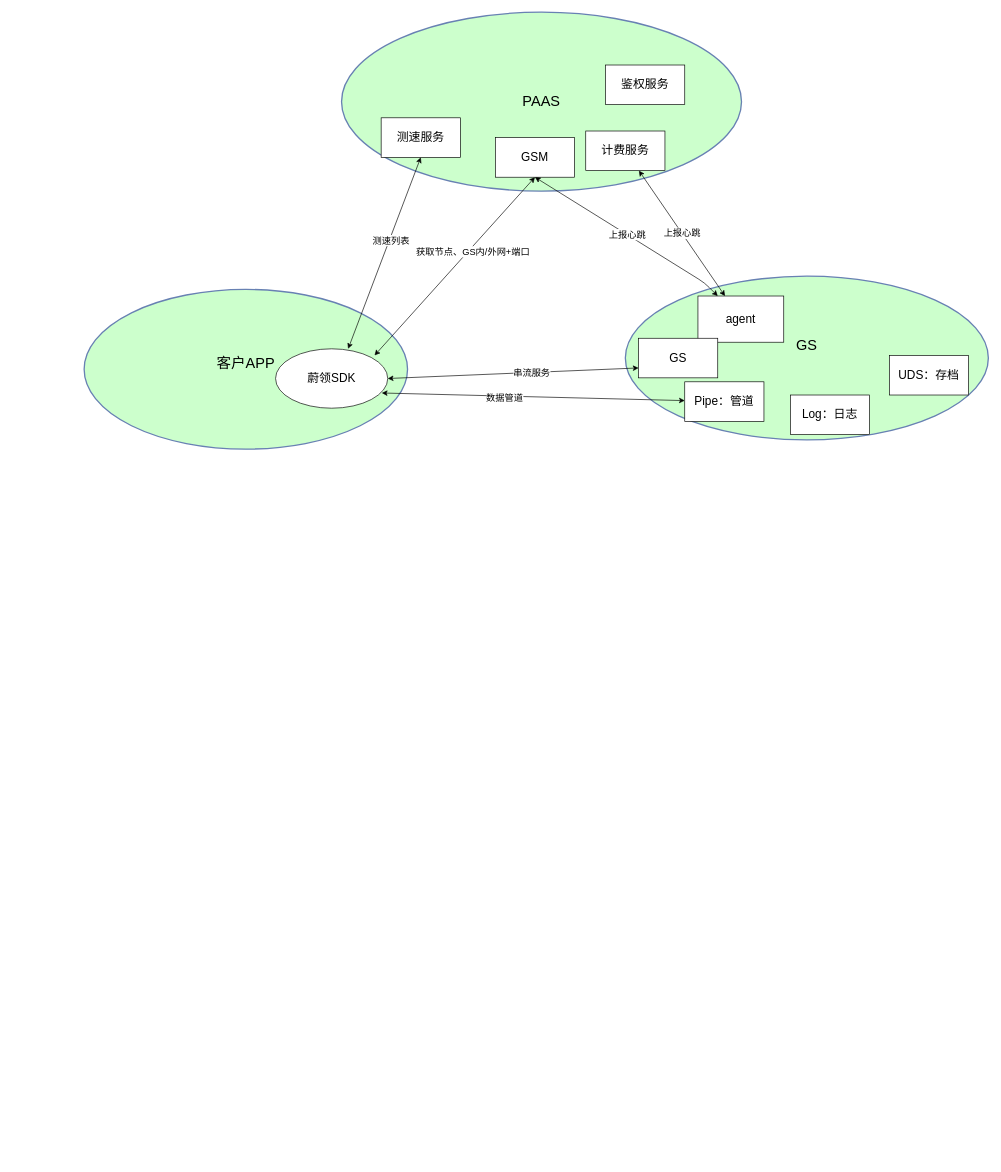
Above: 云游戏-js-sdk.drawio in zhulinghao/drawio_warehouse (draw.io), before the change. Source tidied: cells renumbered, new cells numbered last; positions are measured from the earlier drawing's top-left corner, leaving out a move shared by most shapes. Both pictures are drawn from the tidied source at 66%, with x=0, y=0 at pixel (84, 12).
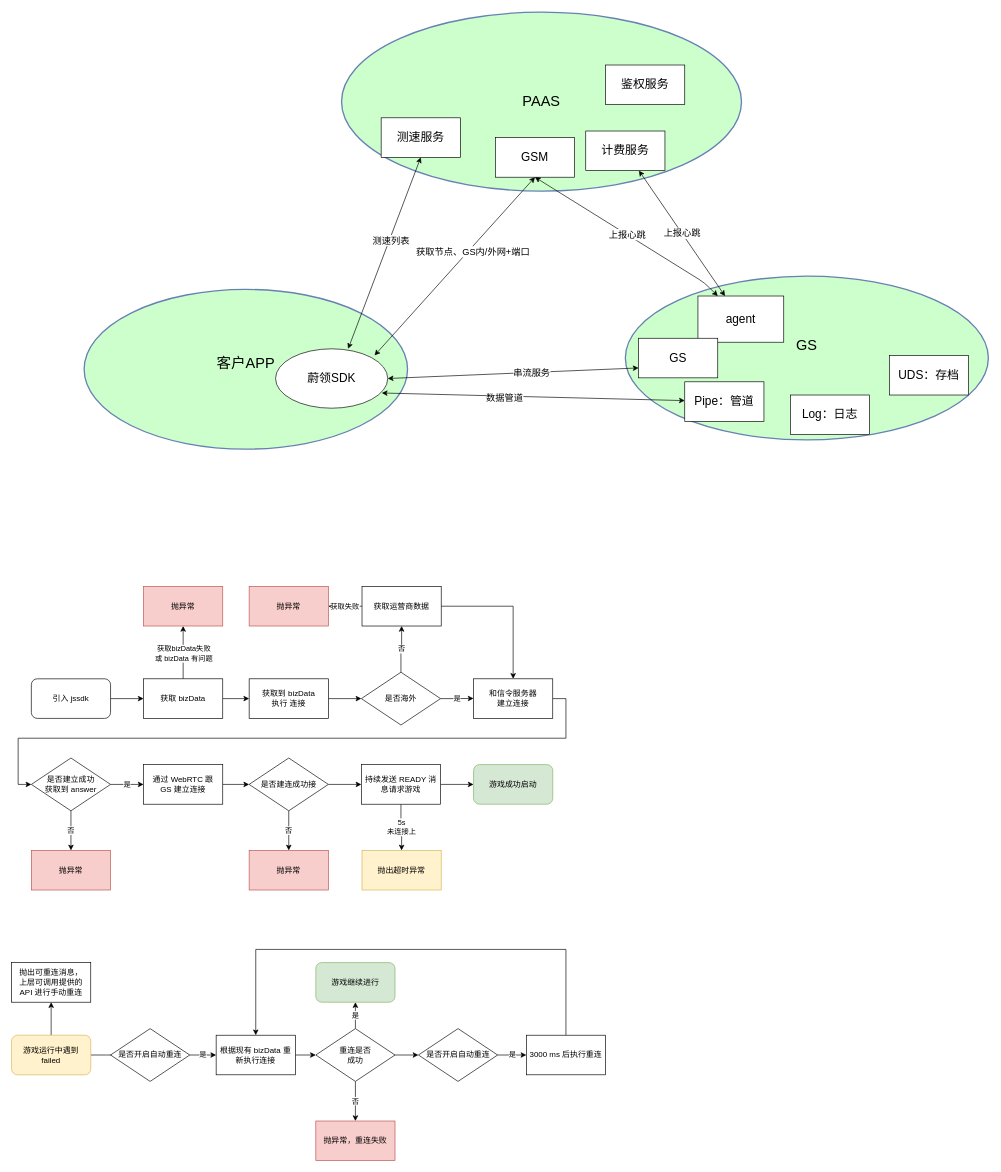
After the change.

Change to the diagram source:
```diff
@@
+    <mxCell id="25" style="edgeStyle=orthogonalEdgeStyle;rounded=0;jettySize=auto;html=1;exitX=1;exitY=0.5;exitDx=0;exitDy=0;entryX=0;entryY=0.5;entryDx=0;entryDy=0;" parent="1" edge="1" source="26" target="64">
+      <mxGeometry relative="1" as="geometry" />
+    </mxCell>
+    <mxCell id="26" value="引入 jssdk" style="rounded=1;whiteSpace=wrap;html=1;" parent="1" vertex="1">
+      <mxGeometry x="-80" y="1010" width="120" height="60" as="geometry" />
+    </mxCell>
+    <mxCell id="27" style="edgeStyle=orthogonalEdgeStyle;rounded=0;jettySize=auto;html=1;exitX=1;exitY=0.5;exitDx=0;exitDy=0;entryX=0;entryY=0.5;entryDx=0;entryDy=0;" parent="1" edge="1" source="28" target="31">
+      <mxGeometry relative="1" as="geometry" />
+    </mxCell>
+    <mxCell id="28" value="获取到 bizData&lt;br&gt;执行 连接" style="rounded=0;whiteSpace=wrap;html=1;" parent="1" vertex="1">
+      <mxGeometry x="250" y="1010" width="120" height="60" as="geometry" />
+    </mxCell>
+    <mxCell id="29" value="否" style="edgeStyle=orthogonalEdgeStyle;rounded=0;jettySize=auto;html=1;exitX=0.5;exitY=0;exitDx=0;exitDy=0;entryX=0.5;entryY=1;entryDx=0;entryDy=0;" parent="1" edge="1" source="31" target="34">
+      <mxGeometry relative="1" as="geometry" />
+    </mxCell>
+    <mxCell id="30" value="是" style="edgeStyle=orthogonalEdgeStyle;rounded=0;jettySize=auto;html=1;exitX=1;exitY=0.5;exitDx=0;exitDy=0;" parent="1" edge="1" source="31">
+      <mxGeometry relative="1" as="geometry">
+        <mxPoint x="590" y="1039.7" as="targetPoint" />
+      </mxGeometry>
+    </mxCell>
+    <mxCell id="31" value="是否海外" style="rhombus;whiteSpace=wrap;html=1;" parent="1" vertex="1">
+      <mxGeometry x="420" y="1000" width="120" height="80" as="geometry" />
+    </mxCell>
+    <mxCell id="32" style="edgeStyle=orthogonalEdgeStyle;rounded=0;jettySize=auto;html=1;exitX=1;exitY=0.5;exitDx=0;exitDy=0;entryX=0.5;entryY=0;entryDx=0;entryDy=0;" parent="1" edge="1" source="34" target="36">
+      <mxGeometry relative="1" as="geometry" />
+    </mxCell>
+    <mxCell id="33" value="获取失败" style="edgeStyle=orthogonalEdgeStyle;rounded=0;jettySize=auto;html=1;exitX=0;exitY=0.5;exitDx=0;exitDy=0;entryX=1;entryY=0.5;entryDx=0;entryDy=0;" parent="1" edge="1" source="34" target="51">
+      <mxGeometry relative="1" as="geometry" />
+    </mxCell>
+    <mxCell id="34" value="获取运营商数据" style="rounded=0;whiteSpace=wrap;html=1;" parent="1" vertex="1">
+      <mxGeometry x="421" y="870" width="120" height="60" as="geometry" />
+    </mxCell>
+    <mxCell id="35" style="edgeStyle=orthogonalEdgeStyle;rounded=0;jettySize=auto;html=1;exitX=1;exitY=0.5;exitDx=0;exitDy=0;entryX=0;entryY=0.5;entryDx=0;entryDy=0;" parent="1" edge="1" source="36" target="39">
+      <mxGeometry relative="1" as="geometry" />
+    </mxCell>
+    <mxCell id="36" value="和信令服务器&lt;br&gt;建立连接" style="rounded=0;whiteSpace=wrap;html=1;" parent="1" vertex="1">
+      <mxGeometry x="590" y="1010" width="120" height="60" as="geometry" />
+    </mxCell>
+    <mxCell id="37" value="是" style="edgeStyle=orthogonalEdgeStyle;rounded=0;jettySize=auto;html=1;exitX=1;exitY=0.5;exitDx=0;exitDy=0;entryX=0;entryY=0.5;entryDx=0;entryDy=0;" parent="1" edge="1" source="39" target="42">
+      <mxGeometry relative="1" as="geometry" />
+    </mxCell>
+    <mxCell id="38" value="否" style="edgeStyle=orthogonalEdgeStyle;rounded=0;jettySize=auto;html=1;exitX=0.5;exitY=1;exitDx=0;exitDy=0;entryX=0.5;entryY=0;entryDx=0;entryDy=0;" parent="1" edge="1" source="39" target="40">
+      <mxGeometry relative="1" as="geometry" />
+    </mxCell>
+    <mxCell id="39" value="是否建立成功&lt;br&gt;获取到 answer" style="rhombus;whiteSpace=wrap;html=1;" parent="1" vertex="1">
+      <mxGeometry x="-80" y="1130" width="120" height="80" as="geometry" />
+    </mxCell>
+    <mxCell id="40" value="抛异常" style="rounded=0;whiteSpace=wrap;html=1;fillColor=#f8cecc;strokeColor=#b85450;" parent="1" vertex="1">
+      <mxGeometry x="-80" y="1270" width="120" height="60" as="geometry" />
+    </mxCell>
+    <mxCell id="41" style="edgeStyle=orthogonalEdgeStyle;rounded=0;jettySize=auto;html=1;exitX=1;exitY=0.5;exitDx=0;exitDy=0;entryX=0;entryY=0.5;entryDx=0;entryDy=0;" parent="1" edge="1" source="42" target="45">
+      <mxGeometry relative="1" as="geometry" />
+    </mxCell>
+    <mxCell id="42" value="通过 WebRTC 跟&lt;br&gt;GS 建立连接" style="rounded=0;whiteSpace=wrap;html=1;" parent="1" vertex="1">
+      <mxGeometry x="90" y="1140" width="120" height="60" as="geometry" />
+    </mxCell>
+    <mxCell id="43" value="否" style="edgeStyle=orthogonalEdgeStyle;rounded=0;jettySize=auto;html=1;exitX=0.5;exitY=1;exitDx=0;exitDy=0;" parent="1" edge="1" source="45" target="46">
+      <mxGeometry relative="1" as="geometry" />
+    </mxCell>
+    <mxCell id="44" style="edgeStyle=orthogonalEdgeStyle;rounded=0;jettySize=auto;html=1;exitX=1;exitY=0.5;exitDx=0;exitDy=0;entryX=0;entryY=0.5;entryDx=0;entryDy=0;" parent="1" edge="1" source="45" target="49">
+      <mxGeometry relative="1" as="geometry" />
+    </mxCell>
+    <mxCell id="45" value="是否建连成功接" style="rhombus;whiteSpace=wrap;html=1;" parent="1" vertex="1">
+      <mxGeometry x="250" y="1130" width="120" height="80" as="geometry" />
+    </mxCell>
+    <mxCell id="46" value="抛异常" style="rounded=0;whiteSpace=wrap;html=1;fillColor=#f8cecc;strokeColor=#b85450;" parent="1" vertex="1">
+      <mxGeometry x="250" y="1270" width="120" height="60" as="geometry" />
+    </mxCell>
+    <mxCell id="47" value="5s &lt;br&gt;未连接上" style="edgeStyle=orthogonalEdgeStyle;rounded=0;jettySize=auto;html=1;exitX=0.5;exitY=1;exitDx=0;exitDy=0;entryX=0.5;entryY=0;entryDx=0;entryDy=0;" parent="1" edge="1" source="49" target="50">
+      <mxGeometry relative="1" as="geometry" />
+    </mxCell>
+    <mxCell id="48" style="edgeStyle=orthogonalEdgeStyle;rounded=0;jettySize=auto;html=1;exitX=1;exitY=0.5;exitDx=0;exitDy=0;entryX=0;entryY=0.5;entryDx=0;entryDy=0;" parent="1" edge="1" source="49" target="52">
+      <mxGeometry relative="1" as="geometry" />
+    </mxCell>
+    <mxCell id="49" value="持续发送 READY 消息请求游戏" style="rounded=0;whiteSpace=wrap;html=1;" parent="1" vertex="1">
+      <mxGeometry x="420" y="1140" width="120" height="60" as="geometry" />
+    </mxCell>
+    <mxCell id="50" value="抛出超时异常" style="rounded=0;whiteSpace=wrap;html=1;fillColor=#fff2cc;strokeColor=#d6b656;" parent="1" vertex="1">
+      <mxGeometry x="421" y="1270" width="120" height="60" as="geometry" />
+    </mxCell>
+    <mxCell id="51" value="抛异常" style="rounded=0;whiteSpace=wrap;html=1;fillColor=#f8cecc;strokeColor=#b85450;" parent="1" vertex="1">
+      <mxGeometry x="250" y="870" width="120" height="60" as="geometry" />
+    </mxCell>
+    <mxCell id="52" value="游戏成功启动" style="rounded=1;whiteSpace=wrap;html=1;fillColor=#d5e8d4;strokeColor=#82b366;" parent="1" vertex="1">
+      <mxGeometry x="590" y="1140" width="120" height="60" as="geometry" />
+    </mxCell>
+    <mxCell id="53" style="edgeStyle=orthogonalEdgeStyle;rounded=0;jettySize=auto;html=1;exitX=0.5;exitY=0;exitDx=0;exitDy=0;entryX=0.5;entryY=1;entryDx=0;entryDy=0;" parent="1" edge="1" source="55" target="56">
+      <mxGeometry relative="1" as="geometry" />
+    </mxCell>
+    <mxCell id="54" style="edgeStyle=orthogonalEdgeStyle;rounded=0;jettySize=auto;html=1;exitX=1;exitY=0.5;exitDx=0;exitDy=0;entryX=0;entryY=0.5;entryDx=0;entryDy=0;" parent="1" edge="1" source="55">
+      <mxGeometry relative="1" as="geometry">
+        <mxPoint x="57" y="1580" as="targetPoint" />
+      </mxGeometry>
+    </mxCell>
+    <mxCell id="55" value="游戏运行中遇到&lt;br&gt;failed" style="rounded=1;whiteSpace=wrap;html=1;fillColor=#fff2cc;strokeColor=#d6b656;" parent="1" vertex="1">
+      <mxGeometry x="-110" y="1550" width="120" height="60" as="geometry" />
+    </mxCell>
+    <mxCell id="56" value="抛出可重连消息，&lt;br&gt;上层可调用提供的 API 进行手动重连" style="rounded=0;whiteSpace=wrap;html=1;" parent="1" vertex="1">
+      <mxGeometry x="-110" y="1440" width="120" height="60" as="geometry" />
+    </mxCell>
+    <mxCell id="57" value="是" style="edgeStyle=orthogonalEdgeStyle;rounded=0;jettySize=auto;html=1;exitX=1;exitY=0.5;exitDx=0;exitDy=0;entryX=0;entryY=0.5;entryDx=0;entryDy=0;" parent="1" edge="1" source="58" target="60">
+      <mxGeometry relative="1" as="geometry" />
+    </mxCell>
+    <mxCell id="58" value="是否开启自动重连" style="rhombus;whiteSpace=wrap;html=1;" parent="1" vertex="1">
+      <mxGeometry x="40" y="1540" width="120" height="80" as="geometry" />
+    </mxCell>
+    <mxCell id="59" style="edgeStyle=orthogonalEdgeStyle;rounded=0;jettySize=auto;html=1;exitX=1;exitY=0.5;exitDx=0;exitDy=0;entryX=0;entryY=0.5;entryDx=0;entryDy=0;" parent="1" edge="1" source="60" target="74">
+      <mxGeometry relative="1" as="geometry" />
+    </mxCell>
+    <mxCell id="60" value="根据现有 bizData 重新执行连接" style="rounded=0;whiteSpace=wrap;html=1;" parent="1" vertex="1">
+      <mxGeometry x="200" y="1550" width="120" height="60" as="geometry" />
+    </mxCell>
+    <mxCell id="61" style="edgeStyle=orthogonalEdgeStyle;rounded=0;jettySize=auto;html=1;exitX=1;exitY=0.5;exitDx=0;exitDy=0;entryX=0;entryY=0.5;entryDx=0;entryDy=0;" parent="1" edge="1" source="64" target="28">
+      <mxGeometry relative="1" as="geometry" />
+    </mxCell>
+    <mxCell id="62" style="edgeStyle=orthogonalEdgeStyle;rounded=0;jettySize=auto;html=1;exitX=0.5;exitY=0;exitDx=0;exitDy=0;entryX=0.5;entryY=1;entryDx=0;entryDy=0;" parent="1" edge="1" source="64" target="65">
+      <mxGeometry relative="1" as="geometry" />
+    </mxCell>
+    <mxCell id="63" value="获取bizData失败&lt;br&gt;或 bizData 有问题" style="edgeLabel;html=1;align=center;verticalAlign=middle;" parent="62" vertex="1">
+      <mxGeometry x="0.28" y="-1" relative="1" as="geometry">
+        <mxPoint x="-1" y="12" as="offset" />
+      </mxGeometry>
+    </mxCell>
+    <mxCell id="64" value="获取 bizData" style="rounded=0;whiteSpace=wrap;html=1;" parent="1" vertex="1">
+      <mxGeometry x="90" y="1010" width="120" height="60" as="geometry" />
+    </mxCell>
+    <mxCell id="65" value="抛异常" style="rounded=0;whiteSpace=wrap;html=1;fillColor=#f8cecc;strokeColor=#b85450;" parent="1" vertex="1">
+      <mxGeometry x="90" y="870" width="120" height="60" as="geometry" />
+    </mxCell>
+    <mxCell id="66" value="是" style="edgeStyle=orthogonalEdgeStyle;rounded=0;jettySize=auto;html=1;exitX=1;exitY=0.5;exitDx=0;exitDy=0;entryX=0;entryY=0.5;entryDx=0;entryDy=0;" parent="1" edge="1" source="67" target="69">
+      <mxGeometry relative="1" as="geometry" />
+    </mxCell>
+    <mxCell id="67" value="是否开启自动重连" style="rhombus;whiteSpace=wrap;html=1;" parent="1" vertex="1">
+      <mxGeometry x="506.5" y="1540" width="120" height="80" as="geometry" />
+    </mxCell>
+    <mxCell id="68" style="edgeStyle=orthogonalEdgeStyle;rounded=0;jettySize=auto;html=1;exitX=0.5;exitY=0;exitDx=0;exitDy=0;entryX=0.5;entryY=0;entryDx=0;entryDy=0;" parent="1" edge="1" source="69" target="60">
+      <mxGeometry relative="1" as="geometry">
+        <Array as="points">
+          <mxPoint x="730" y="1420" />
+          <mxPoint x="260" y="1420" />
+        </Array>
+      </mxGeometry>
+    </mxCell>
+    <mxCell id="69" value="3000 ms 后执行重连" style="rounded=0;whiteSpace=wrap;html=1;" parent="1" vertex="1">
+      <mxGeometry x="670" y="1550" width="120" height="60" as="geometry" />
+    </mxCell>
+    <mxCell id="70" value="游戏继续进行" style="rounded=1;whiteSpace=wrap;html=1;fillColor=#d5e8d4;strokeColor=#82b366;" parent="1" vertex="1">
+      <mxGeometry x="351" y="1440" width="120" height="60" as="geometry" />
+    </mxCell>
+    <mxCell id="71" value="是" style="edgeStyle=orthogonalEdgeStyle;rounded=0;jettySize=auto;html=1;exitX=0.5;exitY=0;exitDx=0;exitDy=0;entryX=0.5;entryY=1;entryDx=0;entryDy=0;" parent="1" edge="1" source="74" target="70">
+      <mxGeometry relative="1" as="geometry" />
+    </mxCell>
+    <mxCell id="72" style="edgeStyle=orthogonalEdgeStyle;rounded=0;jettySize=auto;html=1;exitX=1;exitY=0.5;exitDx=0;exitDy=0;entryX=0;entryY=0.5;entryDx=0;entryDy=0;" parent="1" edge="1" source="74" target="67">
+      <mxGeometry relative="1" as="geometry" />
+    </mxCell>
+    <mxCell id="73" value="否" style="edgeStyle=orthogonalEdgeStyle;rounded=0;jettySize=auto;html=1;exitX=0.5;exitY=1;exitDx=0;exitDy=0;entryX=0.5;entryY=0;entryDx=0;entryDy=0;" parent="1" edge="1" source="74" target="75">
+      <mxGeometry relative="1" as="geometry" />
+    </mxCell>
+    <mxCell id="74" value="重连是否&lt;br&gt;成功" style="rhombus;whiteSpace=wrap;html=1;" parent="1" vertex="1">
+      <mxGeometry x="351" y="1540" width="120" height="80" as="geometry" />
+    </mxCell>
+    <mxCell id="75" value="抛异常，重连失败" style="rounded=0;whiteSpace=wrap;html=1;fillColor=#f8cecc;strokeColor=#b85450;" parent="1" vertex="1">
+      <mxGeometry x="351" y="1680" width="120" height="60" as="geometry" />
+    </mxCell>
```
